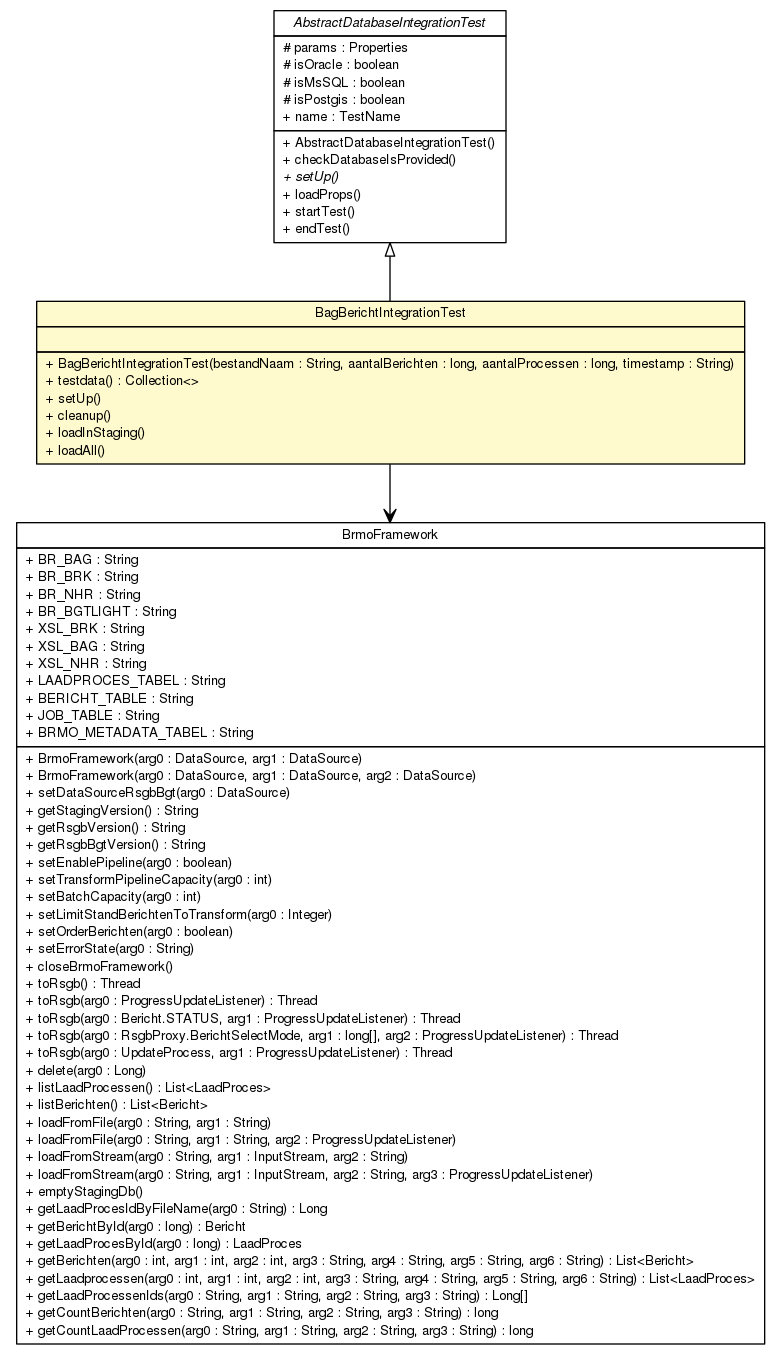
This is brmo-loader/testapidocs/nl/b3p/brmo/loader/entity/BagBerichtIntegrationTest.png from B3Partners/brmo, a Graphviz export, as it was before one commit. Its source is kept beside it as brmo-loader/testapidocs/nl/b3p/brmo/loader/entity/BagBerichtIntegrationTest.dot. The source it was exported from:
```dot

digraph G {
	edge [fontname="Helvetica",fontsize=10,labelfontname="Helvetica",labelfontsize=10];
	node [fontname="Helvetica",fontsize=10,shape=plaintext];
	nodesep=0.25;
	ranksep=0.5;
	c204 [label=<<table title="nl.b3p.AbstractDatabaseIntegrationTest" border="0" cellborder="1" cellspacing="0" cellpadding="2" port="p" href="../../../AbstractDatabaseIntegrationTest.html">
		<tr><td><table border="0" cellspacing="0" cellpadding="1">
<tr><td align="center" balign="center"><font face="Helvetica-Oblique"> AbstractDatabaseIntegrationTest </font></td></tr>
		</table></td></tr>
		<tr><td><table border="0" cellspacing="0" cellpadding="1">
<tr><td align="left" balign="left"> # params : Properties </td></tr>
<tr><td align="left" balign="left"> # isOracle : boolean </td></tr>
<tr><td align="left" balign="left"> # isMsSQL : boolean </td></tr>
<tr><td align="left" balign="left"> # isPostgis : boolean </td></tr>
<tr><td align="left" balign="left"> + name : TestName </td></tr>
		</table></td></tr>
		<tr><td><table border="0" cellspacing="0" cellpadding="1">
<tr><td align="left" balign="left"> + AbstractDatabaseIntegrationTest() </td></tr>
<tr><td align="left" balign="left"> + checkDatabaseIsProvided() </td></tr>
<tr><td align="left" balign="left"><font face="Helvetica-Oblique" point-size="10.0"> + setUp() </font></td></tr>
<tr><td align="left" balign="left"> + loadProps() </td></tr>
<tr><td align="left" balign="left"> + startTest() </td></tr>
<tr><td align="left" balign="left"> + endTest() </td></tr>
		</table></td></tr>
		</table>>, URL="../../../AbstractDatabaseIntegrationTest.html", fontname="Helvetica", fontcolor="black", fontsize=10.0];
	c215 [label=<<table title="nl.b3p.brmo.loader.entity.BagBerichtIntegrationTest" border="0" cellborder="1" cellspacing="0" cellpadding="2" port="p" bgcolor="lemonChiffon" href="./BagBerichtIntegrationTest.html">
		<tr><td><table border="0" cellspacing="0" cellpadding="1">
<tr><td align="center" balign="center"> BagBerichtIntegrationTest </td></tr>
		</table></td></tr>
		<tr><td><table border="0" cellspacing="0" cellpadding="1">
<tr><td align="left" balign="left">  </td></tr>
		</table></td></tr>
		<tr><td><table border="0" cellspacing="0" cellpadding="1">
<tr><td align="left" balign="left"> + BagBerichtIntegrationTest(bestandNaam : String, aantalBerichten : long, aantalProcessen : long, timestamp : String) </td></tr>
<tr><td align="left" balign="left"> + testdata() : Collection&lt;&gt; </td></tr>
<tr><td align="left" balign="left"> + setUp() </td></tr>
<tr><td align="left" balign="left"> + cleanup() </td></tr>
<tr><td align="left" balign="left"> + loadInStaging() </td></tr>
<tr><td align="left" balign="left"> + loadAll() </td></tr>
		</table></td></tr>
		</table>>, URL="./BagBerichtIntegrationTest.html", fontname="Helvetica", fontcolor="black", fontsize=10.0];
	c204:p -> c215:p [dir=back,arrowtail=empty];
	c215:p -> c218:p [taillabel="", label="", headlabel="", fontname="Helvetica", fontcolor="black", fontsize=10.0, color="black", arrowhead=open];
	c218 [label=<<table title="nl.b3p.brmo.loader.BrmoFramework" border="0" cellborder="1" cellspacing="0" cellpadding="2" port="p">
		<tr><td><table border="0" cellspacing="0" cellpadding="1">
<tr><td align="center" balign="center"> BrmoFramework </td></tr>
		</table></td></tr>
		<tr><td><table border="0" cellspacing="0" cellpadding="1">
<tr><td align="left" balign="left"> + BR_BAG : String </td></tr>
<tr><td align="left" balign="left"> + BR_BRK : String </td></tr>
<tr><td align="left" balign="left"> + BR_NHR : String </td></tr>
<tr><td align="left" balign="left"> + BR_BGTLIGHT : String </td></tr>
<tr><td align="left" balign="left"> + XSL_BRK : String </td></tr>
<tr><td align="left" balign="left"> + XSL_BAG : String </td></tr>
<tr><td align="left" balign="left"> + XSL_NHR : String </td></tr>
<tr><td align="left" balign="left"> + LAADPROCES_TABEL : String </td></tr>
<tr><td align="left" balign="left"> + BERICHT_TABLE : String </td></tr>
<tr><td align="left" balign="left"> + JOB_TABLE : String </td></tr>
<tr><td align="left" balign="left"> + BRMO_METADATA_TABEL : String </td></tr>
		</table></td></tr>
		<tr><td><table border="0" cellspacing="0" cellpadding="1">
<tr><td align="left" balign="left"> + BrmoFramework(arg0 : DataSource, arg1 : DataSource) </td></tr>
<tr><td align="left" balign="left"> + BrmoFramework(arg0 : DataSource, arg1 : DataSource, arg2 : DataSource) </td></tr>
<tr><td align="left" balign="left"> + setDataSourceRsgbBgt(arg0 : DataSource) </td></tr>
<tr><td align="left" balign="left"> + getStagingVersion() : String </td></tr>
<tr><td align="left" balign="left"> + getRsgbVersion() : String </td></tr>
<tr><td align="left" balign="left"> + getRsgbBgtVersion() : String </td></tr>
<tr><td align="left" balign="left"> + setEnablePipeline(arg0 : boolean) </td></tr>
<tr><td align="left" balign="left"> + setTransformPipelineCapacity(arg0 : int) </td></tr>
<tr><td align="left" balign="left"> + setBatchCapacity(arg0 : int) </td></tr>
<tr><td align="left" balign="left"> + setLimitStandBerichtenToTransform(arg0 : Integer) </td></tr>
<tr><td align="left" balign="left"> + setOrderBerichten(arg0 : boolean) </td></tr>
<tr><td align="left" balign="left"> + setErrorState(arg0 : String) </td></tr>
<tr><td align="left" balign="left"> + closeBrmoFramework() </td></tr>
<tr><td align="left" balign="left"> + toRsgb() : Thread </td></tr>
<tr><td align="left" balign="left"> + toRsgb(arg0 : ProgressUpdateListener) : Thread </td></tr>
<tr><td align="left" balign="left"> + toRsgb(arg0 : Bericht.STATUS, arg1 : ProgressUpdateListener) : Thread </td></tr>
<tr><td align="left" balign="left"> + toRsgb(arg0 : RsgbProxy.BerichtSelectMode, arg1 : long[], arg2 : ProgressUpdateListener) : Thread </td></tr>
<tr><td align="left" balign="left"> + toRsgb(arg0 : UpdateProcess, arg1 : ProgressUpdateListener) : Thread </td></tr>
<tr><td align="left" balign="left"> + delete(arg0 : Long) </td></tr>
<tr><td align="left" balign="left"> + listLaadProcessen() : List&lt;LaadProces&gt; </td></tr>
<tr><td align="left" balign="left"> + listBerichten() : List&lt;Bericht&gt; </td></tr>
<tr><td align="left" balign="left"> + loadFromFile(arg0 : String, arg1 : String) </td></tr>
<tr><td align="left" balign="left"> + loadFromFile(arg0 : String, arg1 : String, arg2 : ProgressUpdateListener) </td></tr>
<tr><td align="left" balign="left"> + loadFromStream(arg0 : String, arg1 : InputStream, arg2 : String) </td></tr>
<tr><td align="left" balign="left"> + loadFromStream(arg0 : String, arg1 : InputStream, arg2 : String, arg3 : ProgressUpdateListener) </td></tr>
<tr><td align="left" balign="left"> + emptyStagingDb() </td></tr>
<tr><td align="left" balign="left"> + getLaadProcesIdByFileName(arg0 : String) : Long </td></tr>
<tr><td align="left" balign="left"> + getBerichtById(arg0 : long) : Bericht </td></tr>
<tr><td align="left" balign="left"> + getLaadProcesById(arg0 : long) : LaadProces </td></tr>
<tr><td align="left" balign="left"> + getBerichten(arg0 : int, arg1 : int, arg2 : int, arg3 : String, arg4 : String, arg5 : String, arg6 : String) : List&lt;Bericht&gt; </td></tr>
<tr><td align="left" balign="left"> + getLaadprocessen(arg0 : int, arg1 : int, arg2 : int, arg3 : String, arg4 : String, arg5 : String, arg6 : String) : List&lt;LaadProces&gt; </td></tr>
<tr><td align="left" balign="left"> + getLaadProcessenIds(arg0 : String, arg1 : String, arg2 : String, arg3 : String) : Long[] </td></tr>
<tr><td align="left" balign="left"> + getCountBerichten(arg0 : String, arg1 : String, arg2 : String, arg3 : String) : long </td></tr>
<tr><td align="left" balign="left"> + getCountLaadProcessen(arg0 : String, arg1 : String, arg2 : String, arg3 : String) : long </td></tr>
		</table></td></tr>
		</table>>, URL="null", fontname="Helvetica", fontcolor="black", fontsize=10.0];
}
```
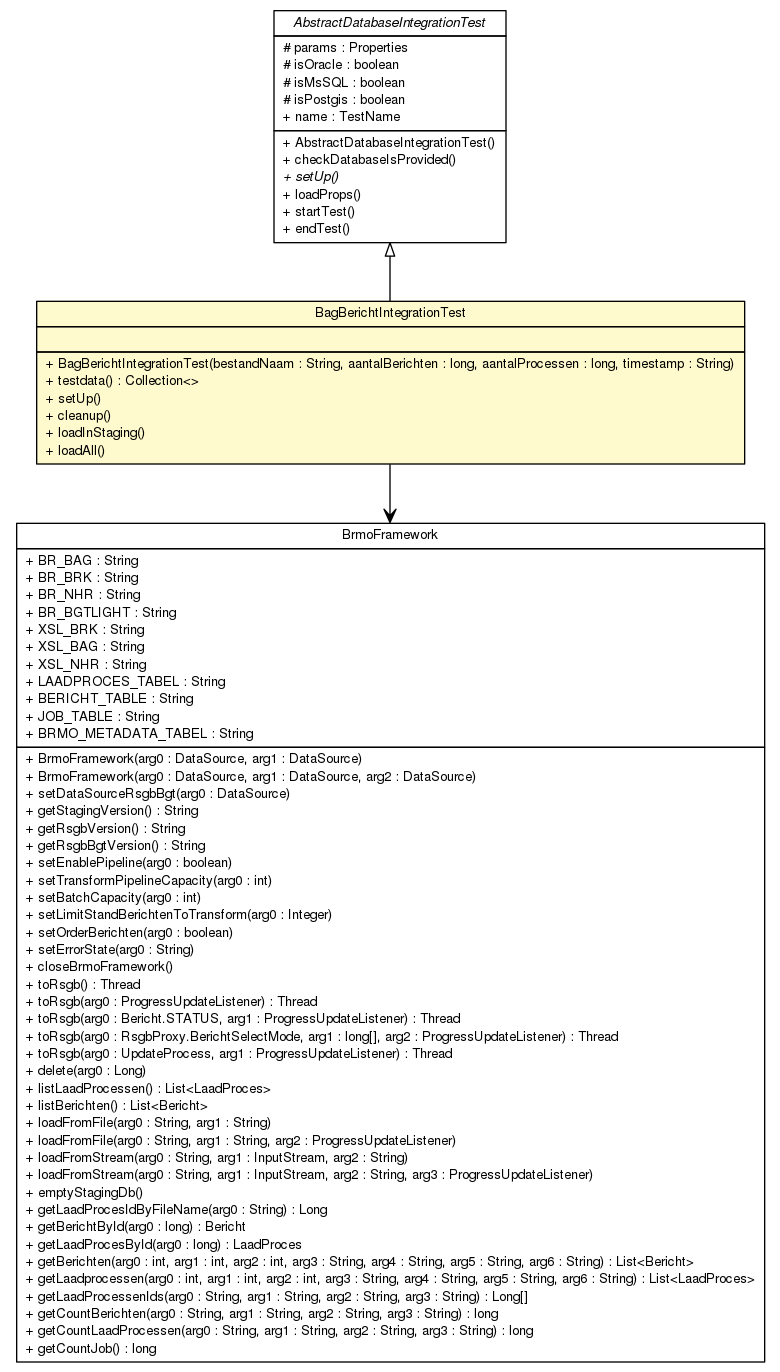
After the change.

Change to the diagram source:
```diff
@@ -94,6 +94,7 @@
 <tr><td align="left" balign="left"> + getLaadProcessenIds(arg0 : String, arg1 : String, arg2 : String, arg3 : String) : Long[] </td></tr>
 <tr><td align="left" balign="left"> + getCountBerichten(arg0 : String, arg1 : String, arg2 : String, arg3 : String) : long </td></tr>
 <tr><td align="left" balign="left"> + getCountLaadProcessen(arg0 : String, arg1 : String, arg2 : String, arg3 : String) : long </td></tr>
+<tr><td align="left" balign="left"> + getCountJob() : long </td></tr>
 		</table></td></tr>
 		</table>>, URL="null", fontname="Helvetica", fontcolor="black", fontsize=10.0];
 }
```
